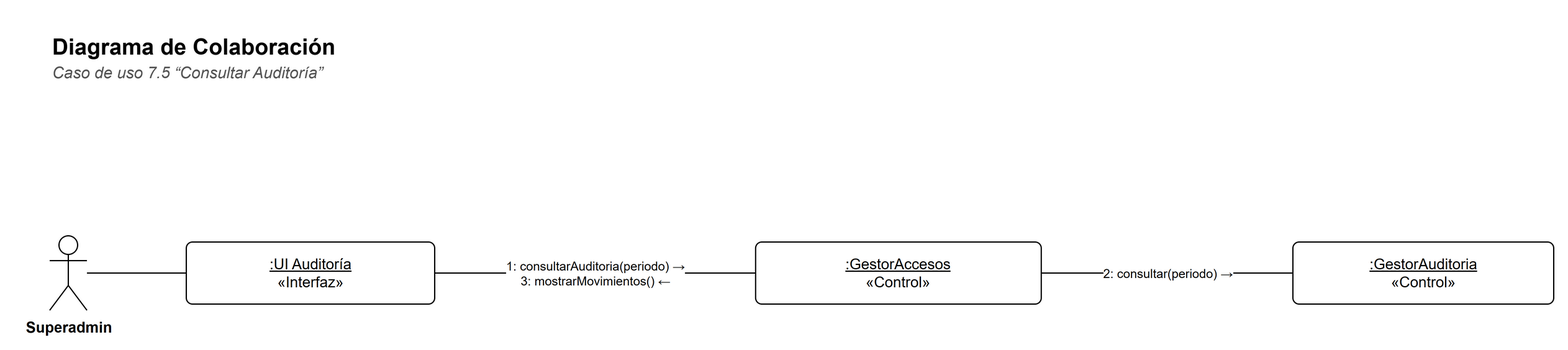
The draw.io diagram docs/diagramas/colaboracion-7-5.png in Matiglorioso/kineturnos, before a commit. Source tidied: cells renumbered, new cells last; positions are measured from the earlier drawing's top-left corner, leaving out a move shared by most shapes.
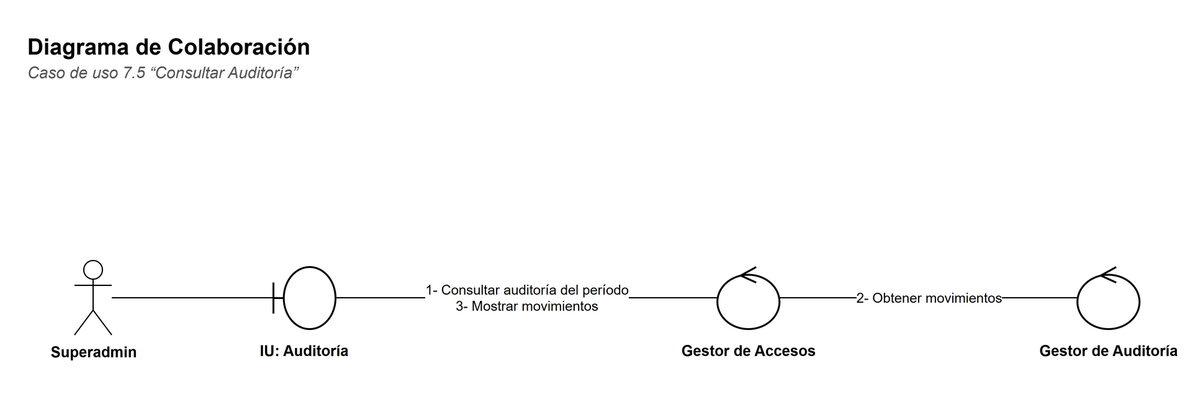
After the change.

What changed in the source:
```diff
@@ -9,25 +9,34 @@
       <mxGeometry y="24" width="900" height="20" as="geometry" />
     </mxCell>
     <mxCell id="4" value="Superadmin" style="shape=umlActor;verticalLabelPosition=bottom;verticalAlign=top;html=1;outlineConnect=0;fillColor=#FFFFFF;strokeColor=#000000;fontFamily=Helvetica;fontSize=12;fontStyle=1;" parent="1" vertex="1">
-      <mxGeometry y="170" width="30" height="60" as="geometry" />
+      <mxGeometry x="40" y="190" width="30" height="60" as="geometry" />
     </mxCell>
-    <mxCell id="5" value="&lt;u&gt;:UI Auditoría&lt;/u&gt;&lt;br&gt;«Interfaz»" style="rounded=0;whiteSpace=wrap;html=1;fillColor=#FFFFFF;strokeColor=#000000;fontFamily=Helvetica;fontSize=12;rounded=1;arcSize=10;" parent="1" vertex="1">
-      <mxGeometry x="110" y="175" width="200" height="50" as="geometry" />
+    <mxCell id="5" style="shape=umlBoundary;html=1;fillColor=#FFFFFF;strokeColor=#000000;strokeWidth=1.5;" parent="1" vertex="1">
+      <mxGeometry x="200" y="195" width="50" height="50" as="geometry" />
     </mxCell>
-    <mxCell id="6" value="&lt;u&gt;:GestorAccesos&lt;/u&gt;&lt;br&gt;«Control»" style="rounded=0;whiteSpace=wrap;html=1;fillColor=#FFFFFF;strokeColor=#000000;fontFamily=Helvetica;fontSize=12;rounded=1;arcSize=10;" parent="1" vertex="1">
-      <mxGeometry x="568.4" y="175" width="230" height="50" as="geometry" />
+    <mxCell id="6" value="&lt;b&gt;IU: Auditoría&lt;/b&gt;" style="text;html=1;strokeColor=none;fillColor=none;align=left;verticalAlign=top;whiteSpace=wrap;fontFamily=Helvetica;align=center;fontSize=12;" parent="1" vertex="1">
+      <mxGeometry x="160" y="249" width="130" height="40" as="geometry" />
     </mxCell>
-    <mxCell id="7" value="&lt;u&gt;:GestorAuditoria&lt;/u&gt;&lt;br&gt;«Control»" style="rounded=0;whiteSpace=wrap;html=1;fillColor=#FFFFFF;strokeColor=#000000;fontFamily=Helvetica;fontSize=12;rounded=1;arcSize=10;" parent="1" vertex="1">
-      <mxGeometry x="1001" y="175" width="210" height="50" as="geometry" />
+    <mxCell id="7" style="shape=umlControl;html=1;fillColor=#FFFFFF;strokeColor=#000000;strokeWidth=1.5;" parent="1" vertex="1">
+      <mxGeometry x="557.6" y="195" width="50" height="50" as="geometry" />
     </mxCell>
-    <mxCell id="8" style="edgeStyle=none;html=1;endArrow=none;endFill=0;strokeColor=#000000;fontFamily=Helvetica;fontSize=11;labelBackgroundColor=#FFFFFF;" parent="1" edge="1" source="4" target="5">
-      <mxGeometry relative="1" as="geometry" />
+    <mxCell id="8" value="&lt;b&gt;Gestor de Accesos&lt;/b&gt;" style="text;html=1;strokeColor=none;fillColor=none;align=left;verticalAlign=top;whiteSpace=wrap;fontFamily=Helvetica;align=center;fontSize=12;" parent="1" vertex="1">
+      <mxGeometry x="517.6" y="249" width="130" height="40" as="geometry" />
     </mxCell>
-    <mxCell id="9" value="1: consultarAuditoria(periodo) →&lt;br&gt;3: mostrarMovimientos() ←" style="edgeStyle=none;html=1;endArrow=none;endFill=0;strokeColor=#000000;fontFamily=Helvetica;fontSize=11;labelBackgroundColor=#FFFFFF;fontSize=10;" parent="1" edge="1" source="6" target="5">
-      <mxGeometry relative="1" as="geometry" />
+    <mxCell id="9" style="shape=umlControl;html=1;fillColor=#FFFFFF;strokeColor=#000000;strokeWidth=1.5;" parent="1" vertex="1">
+      <mxGeometry x="847.6" y="195" width="50" height="50" as="geometry" />
     </mxCell>
-    <mxCell id="10" value="2: consultar(periodo) →" style="edgeStyle=none;html=1;endArrow=none;endFill=0;strokeColor=#000000;fontFamily=Helvetica;fontSize=11;labelBackgroundColor=#FFFFFF;fontSize=10;" parent="1" edge="1" source="7" target="6">
-      <mxGeometry relative="1" as="geometry" />
+    <mxCell id="10" value="&lt;b&gt;Gestor de Auditoría&lt;/b&gt;" style="text;html=1;strokeColor=none;fillColor=none;align=left;verticalAlign=top;whiteSpace=wrap;fontFamily=Helvetica;align=center;fontSize=12;" parent="1" vertex="1">
+      <mxGeometry x="807.6" y="249" width="130" height="40" as="geometry" />
     </mxCell>
+    <mxCell id="11" style="edgeStyle=none;html=1;endArrow=none;endFill=0;strokeColor=#000000;fontFamily=Helvetica;fontSize=11;labelBackgroundColor=#FFFFFF;" parent="1" edge="1" source="4" target="5">
+      <mxGeometry relative="1" as="geometry" />
+    </mxCell>
+    <mxCell id="12" value="1- Consultar auditoría del período&lt;br&gt;3- Mostrar movimientos" style="edgeStyle=none;html=1;endArrow=none;endFill=0;strokeColor=#000000;fontFamily=Helvetica;fontSize=11;labelBackgroundColor=#FFFFFF;fontSize=11;exitX=1;exitY=0.5;exitDx=0;exitDy=0;entryX=0;entryY=0.5;entryDx=0;entryDy=0;" parent="1" edge="1" source="5" target="7">
+      <mxGeometry relative="1" as="geometry" />
+    </mxCell>
+    <mxCell id="13" value="2- Obtener movimientos" style="edgeStyle=none;html=1;endArrow=none;endFill=0;strokeColor=#000000;fontFamily=Helvetica;fontSize=11;labelBackgroundColor=#FFFFFF;fontSize=11;exitX=1;exitY=0.5;exitDx=0;exitDy=0;entryX=0;entryY=0.5;entryDx=0;entryDy=0;" parent="1" edge="1" source="7" target="9">
+      <mxGeometry relative="1" as="geometry" />
+    </mxCell>
   </root>
 </mxGraphModel>
```
